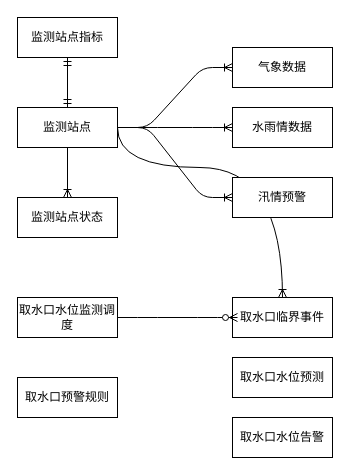
This is file/waterreser.drawio from DORcode/admin-demo, a draw.io file, before an edit. Source tidied: cells renumbered, new cells numbered last; positions are measured from the earlier drawing's top-left corner, leaving out a move shared by most shapes. Both pictures are drawn from the tidied source at 100%, with x=0, y=0 at pixel (17, 17).
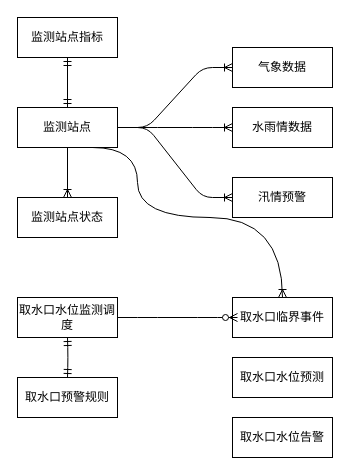
After the change.

The change refers to these unchanged cells:
```xml
<mxCell id="3" value="监测站点" style="whiteSpace=wrap;html=1;align=center;" parent="1" vertex="1">
  <mxGeometry y="90" width="100" height="40" as="geometry" />
</mxCell>
<mxCell id="14" value="取水口临界事件" style="whiteSpace=wrap;html=1;align=center;" parent="1" vertex="1">
  <mxGeometry x="215" y="280" width="100" height="40" as="geometry" />
</mxCell>
<mxCell id="15" value="取水口水位监测调度" style="whiteSpace=wrap;html=1;align=center;" parent="1" vertex="1">
  <mxGeometry y="280" width="100" height="40" as="geometry" />
</mxCell>
```

Change to the diagram source:
```diff
@@
-    <mxCell id="2" style="edgeStyle=orthogonalEdgeStyle;fontSize=12;html=1;endArrow=ERoneToMany;exitX=1;exitY=0.5;exitDx=0;exitDy=0;entryX=0.5;entryY=0;entryDx=0;entryDy=0;elbow=vertical;curved=1;" parent="1" edge="1" source="3" target="14">
+    <mxCell id="2" style="edgeStyle=orthogonalEdgeStyle;fontSize=12;html=1;endArrow=ERoneToMany;exitX=0.75;exitY=1;exitDx=0;exitDy=0;entryX=0.5;entryY=0;entryDx=0;entryDy=0;elbow=vertical;curved=1;" parent="1" edge="1" source="3" target="14">
       <mxGeometry relative="1" as="geometry">
         <Array as="points">
-          <mxPoint x="100" y="150" />
-          <mxPoint x="265" y="150" />
+          <mxPoint x="120" y="130" />
+          <mxPoint x="120" y="200" />
+          <mxPoint x="265" y="200" />
         </Array>
       </mxGeometry>
     </mxCell>
@@
+    <mxCell id="20" style="edgeStyle=orthogonalEdgeStyle;fontSize=12;html=1;endArrow=ERmandOne;startArrow=ERmandOne;entryX=0.5;entryY=1;entryDx=0;entryDy=0;" parent="1" edge="1" target="15">
+      <mxGeometry relative="1" as="geometry">
+        <mxPoint x="50" y="360" as="sourcePoint" />
+      </mxGeometry>
+    </mxCell>
```
